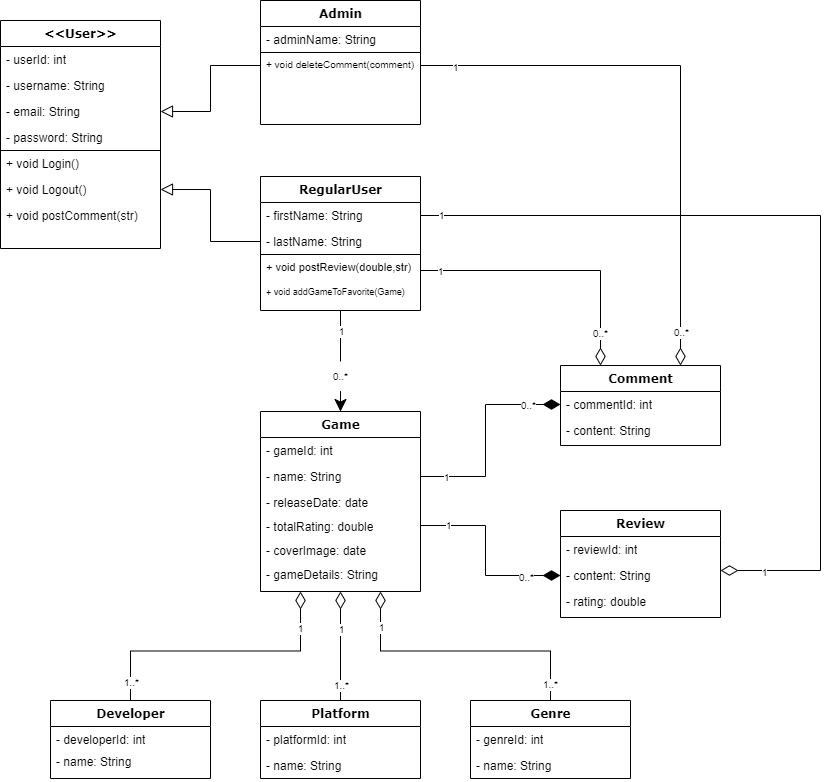
drincianudaniel/GameZone keeps this draw.io diagram as 2.oopfundamentals/GameZone_classdiagram.drawio.png. Above is the earlier version. Source tidied: cells renumbered, new cells last; positions are measured from the earlier drawing's top-left corner, leaving out a move shared by most shapes.
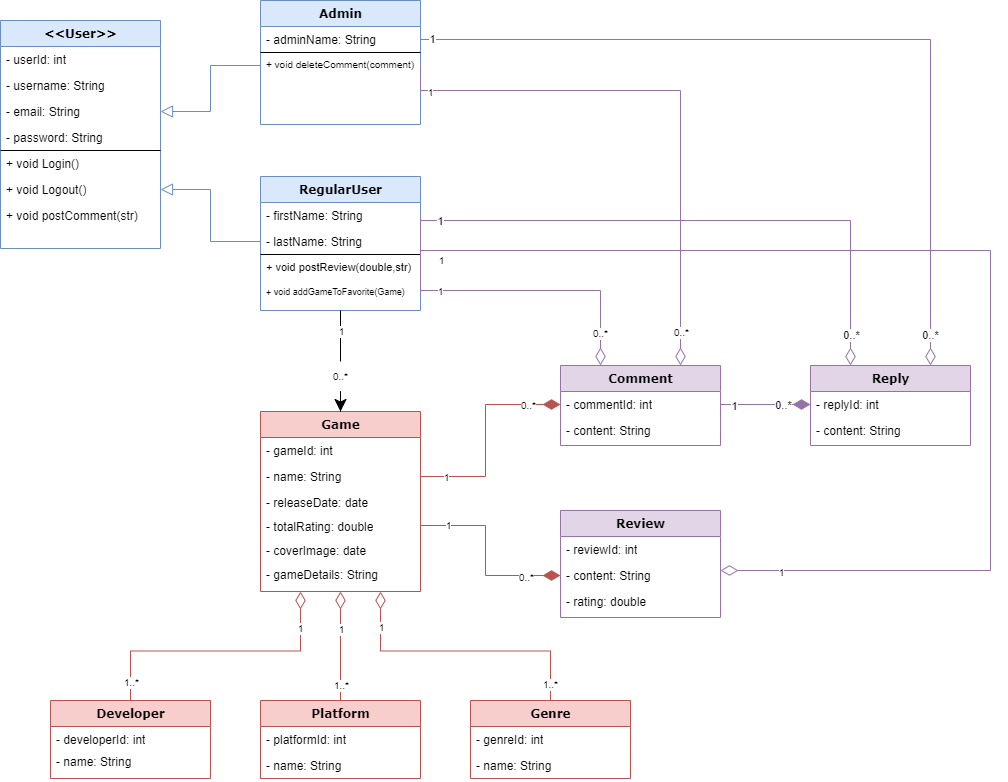
The same diagram one commit later.

The edit, as a diff of the source:
```diff
@@ -4,3 +4,3 @@
     <mxCell id="1" parent="0" />
-    <mxCell id="2" value="&amp;lt;&amp;lt;User&amp;gt;&amp;gt;" style="swimlane;html=1;fontStyle=1;align=center;verticalAlign=top;horizontal=1;startSize=26;swimlaneFillColor=#ffffff;rounded=0;shadow=0;comic=0;labelBackgroundColor=none;strokeWidth=1;fillColor=none;fontFamily=Verdana;fontSize=12;" parent="1" vertex="1">
+    <mxCell id="2" value="&amp;lt;&amp;lt;User&amp;gt;&amp;gt;" style="swimlane;html=1;fontStyle=1;align=center;verticalAlign=top;horizontal=1;startSize=26;swimlaneFillColor=#ffffff;rounded=0;shadow=0;comic=0;labelBackgroundColor=none;strokeWidth=1;fillColor=#dae8fc;fontFamily=Verdana;fontSize=12;strokeColor=#6c8ebf;" parent="1" vertex="1">
       <mxGeometry y="20" width="160" height="228" as="geometry" />
@@ -34,3 +34,3 @@
     </mxCell>
-    <mxCell id="11" value="Game" style="swimlane;html=1;fontStyle=1;align=center;verticalAlign=top;horizontal=1;startSize=26;swimlaneFillColor=#ffffff;rounded=0;shadow=0;comic=0;labelBackgroundColor=none;strokeWidth=1;fillColor=none;fontFamily=Verdana;fontSize=12;" parent="1" vertex="1">
+    <mxCell id="11" value="Game" style="swimlane;html=1;fontStyle=1;align=center;verticalAlign=top;horizontal=1;startSize=26;swimlaneFillColor=#ffffff;rounded=0;shadow=0;comic=0;labelBackgroundColor=none;strokeWidth=1;fillColor=#f8cecc;fontFamily=Verdana;fontSize=12;strokeColor=#b85450;" parent="1" vertex="1">
       <mxGeometry x="260" y="411" width="160" height="180" as="geometry" />
@@ -55,3 +55,3 @@
     </mxCell>
-    <mxCell id="18" value="Review" style="swimlane;html=1;fontStyle=1;align=center;verticalAlign=top;horizontal=1;startSize=26;swimlaneFillColor=#ffffff;rounded=0;shadow=0;comic=0;labelBackgroundColor=none;strokeWidth=1;fillColor=none;fontFamily=Verdana;fontSize=12;" parent="1" vertex="1">
+    <mxCell id="18" value="Review" style="swimlane;html=1;fontStyle=1;align=center;verticalAlign=top;horizontal=1;startSize=26;swimlaneFillColor=#ffffff;rounded=0;shadow=0;comic=0;labelBackgroundColor=none;strokeWidth=1;fillColor=#e1d5e7;fontFamily=Verdana;fontSize=12;strokeColor=#9673a6;" parent="1" vertex="1">
       <mxGeometry x="560" y="510" width="160" height="107" as="geometry" />
@@ -67,3 +67,3 @@
     </mxCell>
-    <mxCell id="22" style="edgeStyle=orthogonalEdgeStyle;rounded=0;jettySize=auto;html=1;exitX=0.5;exitY=0;exitDx=0;exitDy=0;entryX=0.25;entryY=1;entryDx=0;entryDy=0;fontSize=10;endArrow=diamondThin;endFill=0;endSize=15;" parent="1" edge="1" source="25" target="11">
+    <mxCell id="22" style="edgeStyle=orthogonalEdgeStyle;rounded=0;jettySize=auto;html=1;exitX=0.5;exitY=0;exitDx=0;exitDy=0;entryX=0.25;entryY=1;entryDx=0;entryDy=0;fontSize=10;endArrow=diamondThin;endFill=0;endSize=15;fillColor=#f8cecc;strokeColor=#b85450;" parent="1" edge="1" source="25" target="11">
       <mxGeometry relative="1" as="geometry" />
@@ -76,3 +76,3 @@
     </mxCell>
-    <mxCell id="25" value="Developer" style="swimlane;html=1;fontStyle=1;align=center;verticalAlign=top;horizontal=1;startSize=26;swimlaneFillColor=#ffffff;rounded=0;shadow=0;comic=0;labelBackgroundColor=none;strokeWidth=1;fillColor=none;fontFamily=Verdana;fontSize=12;" parent="1" vertex="1">
+    <mxCell id="25" value="Developer" style="swimlane;html=1;fontStyle=1;align=center;verticalAlign=top;horizontal=1;startSize=26;swimlaneFillColor=#ffffff;rounded=0;shadow=0;comic=0;labelBackgroundColor=none;strokeWidth=1;fillColor=#f8cecc;fontFamily=Verdana;fontSize=12;strokeColor=#b85450;" parent="1" vertex="1">
       <mxGeometry x="50" y="700" width="160" height="78" as="geometry" />
@@ -85,3 +85,3 @@
     </mxCell>
-    <mxCell id="28" style="edgeStyle=orthogonalEdgeStyle;rounded=0;jettySize=auto;html=1;exitX=0.5;exitY=0;exitDx=0;exitDy=0;entryX=0.75;entryY=1;entryDx=0;entryDy=0;fontSize=10;endArrow=diamondThin;endFill=0;endSize=15;" parent="1" edge="1" source="31" target="11">
+    <mxCell id="28" style="edgeStyle=orthogonalEdgeStyle;rounded=0;jettySize=auto;html=1;exitX=0.5;exitY=0;exitDx=0;exitDy=0;entryX=0.75;entryY=1;entryDx=0;entryDy=0;fontSize=10;endArrow=diamondThin;endFill=0;endSize=15;fillColor=#f8cecc;strokeColor=#b85450;" parent="1" edge="1" source="31" target="11">
       <mxGeometry relative="1" as="geometry" />
@@ -94,3 +94,3 @@
     </mxCell>
-    <mxCell id="31" value="Genre" style="swimlane;html=1;fontStyle=1;align=center;verticalAlign=top;horizontal=1;startSize=26;swimlaneFillColor=#ffffff;rounded=0;shadow=0;comic=0;labelBackgroundColor=none;strokeWidth=1;fillColor=none;fontFamily=Verdana;fontSize=12;" parent="1" vertex="1">
+    <mxCell id="31" value="Genre" style="swimlane;html=1;fontStyle=1;align=center;verticalAlign=top;horizontal=1;startSize=26;swimlaneFillColor=#ffffff;rounded=0;shadow=0;comic=0;labelBackgroundColor=none;strokeWidth=1;fillColor=#f8cecc;fontFamily=Verdana;fontSize=12;strokeColor=#b85450;" parent="1" vertex="1">
       <mxGeometry x="470" y="700" width="160" height="78" as="geometry" />
@@ -103,3 +103,3 @@
     </mxCell>
-    <mxCell id="34" style="edgeStyle=orthogonalEdgeStyle;rounded=0;jettySize=auto;html=1;exitX=0.5;exitY=0;exitDx=0;exitDy=0;entryX=0.5;entryY=1;entryDx=0;entryDy=0;fontSize=10;endArrow=diamondThin;endFill=0;endSize=15;" parent="1" edge="1" source="37" target="11">
+    <mxCell id="34" style="edgeStyle=orthogonalEdgeStyle;rounded=0;jettySize=auto;html=1;exitX=0.5;exitY=0;exitDx=0;exitDy=0;entryX=0.5;entryY=1;entryDx=0;entryDy=0;fontSize=10;endArrow=diamondThin;endFill=0;endSize=15;fillColor=#f8cecc;strokeColor=#b85450;" parent="1" edge="1" source="37" target="11">
       <mxGeometry relative="1" as="geometry" />
@@ -112,3 +112,3 @@
     </mxCell>
-    <mxCell id="37" value="Platform" style="swimlane;html=1;fontStyle=1;align=center;verticalAlign=top;horizontal=1;startSize=26;swimlaneFillColor=#ffffff;rounded=0;shadow=0;comic=0;labelBackgroundColor=none;strokeWidth=1;fillColor=none;fontFamily=Verdana;fontSize=12;" parent="1" vertex="1">
+    <mxCell id="37" value="Platform" style="swimlane;html=1;fontStyle=1;align=center;verticalAlign=top;horizontal=1;startSize=26;swimlaneFillColor=#ffffff;rounded=0;shadow=0;comic=0;labelBackgroundColor=none;strokeWidth=1;fillColor=#f8cecc;fontFamily=Verdana;fontSize=12;strokeColor=#b85450;" parent="1" vertex="1">
       <mxGeometry x="260" y="700" width="160" height="78" as="geometry" />
@@ -121,3 +121,3 @@
     </mxCell>
-    <mxCell id="40" value="Comment" style="swimlane;html=1;fontStyle=1;align=center;verticalAlign=top;horizontal=1;startSize=26;swimlaneFillColor=#ffffff;rounded=0;shadow=0;comic=0;labelBackgroundColor=none;strokeWidth=1;fillColor=none;fontFamily=Verdana;fontSize=12;" parent="1" vertex="1">
+    <mxCell id="40" value="Comment" style="swimlane;html=1;fontStyle=1;align=center;verticalAlign=top;horizontal=1;startSize=26;swimlaneFillColor=#ffffff;rounded=0;shadow=0;comic=0;labelBackgroundColor=none;strokeWidth=1;fillColor=#e1d5e7;fontFamily=Verdana;fontSize=12;strokeColor=#9673a6;" parent="1" vertex="1">
       <mxGeometry x="560" y="365" width="160" height="80" as="geometry" />
@@ -133,3 +133,3 @@
     </mxCell>
-    <mxCell id="44" value="RegularUser" style="swimlane;html=1;fontStyle=1;align=center;verticalAlign=top;horizontal=1;startSize=26;swimlaneFillColor=#ffffff;rounded=0;shadow=0;comic=0;labelBackgroundColor=none;strokeWidth=1;fillColor=none;fontFamily=Verdana;fontSize=12;" parent="1" vertex="1">
+    <mxCell id="44" value="RegularUser" style="swimlane;html=1;fontStyle=1;align=center;verticalAlign=top;horizontal=1;startSize=26;swimlaneFillColor=#ffffff;rounded=0;shadow=0;comic=0;labelBackgroundColor=none;strokeWidth=1;fillColor=#dae8fc;fontFamily=Verdana;fontSize=12;strokeColor=#6c8ebf;" parent="1" vertex="1">
       <mxGeometry x="260" y="176" width="160" height="134" as="geometry" />
@@ -154,3 +154,3 @@
     </mxCell>
-    <mxCell id="50" value="Admin" style="swimlane;html=1;fontStyle=1;align=center;verticalAlign=top;horizontal=1;startSize=26;swimlaneFillColor=#ffffff;rounded=0;shadow=0;comic=0;labelBackgroundColor=none;strokeWidth=1;fillColor=none;fontFamily=Verdana;fontSize=12;" parent="1" vertex="1">
+    <mxCell id="50" value="Admin" style="swimlane;html=1;fontStyle=1;align=center;verticalAlign=top;horizontal=1;startSize=26;swimlaneFillColor=#ffffff;rounded=0;shadow=0;comic=0;labelBackgroundColor=none;strokeWidth=1;fillColor=#dae8fc;fontFamily=Verdana;fontSize=12;strokeColor=#6c8ebf;" parent="1" vertex="1">
       <mxGeometry x="260" width="160" height="124" as="geometry" />
@@ -169,6 +169,6 @@
     </mxCell>
-    <mxCell id="54" style="edgeStyle=orthogonalEdgeStyle;rounded=0;jettySize=auto;html=1;exitX=0;exitY=0.5;exitDx=0;exitDy=0;entryX=1;entryY=0.5;entryDx=0;entryDy=0;fontSize=10;endArrow=block;endFill=0;endSize=10;" parent="1" edge="1" source="53" target="5">
+    <mxCell id="54" style="edgeStyle=orthogonalEdgeStyle;rounded=0;jettySize=auto;html=1;exitX=0;exitY=0.5;exitDx=0;exitDy=0;entryX=1;entryY=0.5;entryDx=0;entryDy=0;fontSize=10;endArrow=block;endFill=0;endSize=10;fillColor=#dae8fc;strokeColor=#6c8ebf;" parent="1" edge="1" source="53" target="5">
       <mxGeometry relative="1" as="geometry" />
     </mxCell>
-    <mxCell id="55" style="edgeStyle=orthogonalEdgeStyle;rounded=0;jettySize=auto;html=1;exitX=0;exitY=0.5;exitDx=0;exitDy=0;entryX=1;entryY=0.5;entryDx=0;entryDy=0;fontSize=10;endArrow=block;endFill=0;endSize=10;" parent="1" edge="1" source="46" target="9">
+    <mxCell id="55" style="edgeStyle=orthogonalEdgeStyle;rounded=0;jettySize=auto;html=1;exitX=0;exitY=0.5;exitDx=0;exitDy=0;entryX=1;entryY=0.5;entryDx=0;entryDy=0;fontSize=10;endArrow=block;endFill=0;endSize=10;fillColor=#dae8fc;strokeColor=#6c8ebf;" parent="1" edge="1" source="46" target="9">
       <mxGeometry relative="1" as="geometry" />
@@ -190,7 +190,7 @@
     </mxCell>
-    <mxCell id="59" style="edgeStyle=orthogonalEdgeStyle;rounded=0;jettySize=auto;html=1;exitX=1;exitY=0.5;exitDx=0;exitDy=0;entryX=0.25;entryY=0;entryDx=0;entryDy=0;fontSize=10;endArrow=diamondThin;endFill=0;endSize=15;" parent="1" edge="1" source="46" target="40">
+    <mxCell id="59" style="edgeStyle=orthogonalEdgeStyle;rounded=0;jettySize=auto;html=1;exitX=1;exitY=0.5;exitDx=0;exitDy=0;entryX=0.25;entryY=0;entryDx=0;entryDy=0;fontSize=10;endArrow=diamondThin;endFill=0;endSize=15;fillColor=#e1d5e7;strokeColor=#9673a6;" parent="1" edge="1" source="46" target="40">
       <mxGeometry relative="1" as="geometry">
         <Array as="points">
-          <mxPoint x="420" y="270" />
-          <mxPoint x="600" y="270" />
+          <mxPoint x="420" y="290" />
+          <mxPoint x="600" y="290" />
         </Array>
@@ -200,3 +200,3 @@
       <mxGeometry x="-0.87" relative="1" as="geometry">
-        <mxPoint x="19" y="9" as="offset" />
+        <mxPoint x="19" y="29" as="offset" />
       </mxGeometry>
@@ -206,4 +206,9 @@
     </mxCell>
-    <mxCell id="62" style="edgeStyle=orthogonalEdgeStyle;rounded=0;jettySize=auto;html=1;exitX=1;exitY=0.5;exitDx=0;exitDy=0;entryX=0.75;entryY=0;entryDx=0;entryDy=0;fontSize=10;endArrow=diamondThin;endFill=0;endSize=15;" parent="1" edge="1" source="53" target="40">
-      <mxGeometry relative="1" as="geometry" />
+    <mxCell id="62" style="edgeStyle=orthogonalEdgeStyle;rounded=0;jettySize=auto;html=1;exitX=1;exitY=0.5;exitDx=0;exitDy=0;entryX=0.75;entryY=0;entryDx=0;entryDy=0;fontSize=10;endArrow=diamondThin;endFill=0;endSize=15;fillColor=#e1d5e7;strokeColor=#9673a6;" parent="1" edge="1" source="53" target="40">
+      <mxGeometry relative="1" as="geometry">
+        <Array as="points">
+          <mxPoint x="420" y="90" />
+          <mxPoint x="680" y="90" />
+        </Array>
+      </mxGeometry>
     </mxCell>
@@ -215,3 +220,3 @@
     </mxCell>
-    <mxCell id="65" style="edgeStyle=orthogonalEdgeStyle;rounded=0;jettySize=auto;html=1;exitX=1;exitY=0.5;exitDx=0;exitDy=0;entryX=0;entryY=0.5;entryDx=0;entryDy=0;fontSize=10;endArrow=diamondThin;endFill=1;endSize=15;" parent="1" edge="1" source="13" target="41">
+    <mxCell id="65" style="edgeStyle=orthogonalEdgeStyle;rounded=0;jettySize=auto;html=1;exitX=1;exitY=0.5;exitDx=0;exitDy=0;entryX=0;entryY=0.5;entryDx=0;entryDy=0;fontSize=10;endArrow=diamondThin;endFill=1;endSize=15;fillColor=#f8cecc;strokeColor=#b85450;" parent="1" edge="1" source="13" target="41">
       <mxGeometry relative="1" as="geometry" />
@@ -224,3 +229,3 @@
     </mxCell>
-    <mxCell id="68" style="edgeStyle=orthogonalEdgeStyle;rounded=0;jettySize=auto;html=1;exitX=1;exitY=0.5;exitDx=0;exitDy=0;entryX=0;entryY=0.5;entryDx=0;entryDy=0;fontSize=10;endArrow=diamondThin;endFill=1;endSize=15;" parent="1" edge="1" source="15" target="20">
+    <mxCell id="68" style="edgeStyle=orthogonalEdgeStyle;rounded=0;jettySize=auto;html=1;exitX=1;exitY=0.5;exitDx=0;exitDy=0;entryX=0;entryY=0.5;entryDx=0;entryDy=0;fontSize=10;endArrow=diamondThin;endFill=1;endSize=15;fillColor=#f8cecc;strokeColor=#b85450;" parent="1" edge="1" source="15" target="20">
       <mxGeometry relative="1" as="geometry" />
@@ -233,3 +238,3 @@
     </mxCell>
-    <mxCell id="71" style="edgeStyle=orthogonalEdgeStyle;rounded=0;jettySize=auto;html=1;exitX=1;exitY=0.5;exitDx=0;exitDy=0;fontSize=10;endArrow=diamondThin;endFill=0;endSize=15;" parent="1" edge="1" source="45">
+    <mxCell id="71" style="edgeStyle=orthogonalEdgeStyle;rounded=0;jettySize=auto;html=1;exitX=1;exitY=0.5;exitDx=0;exitDy=0;fontSize=10;endArrow=diamondThin;endFill=0;endSize=15;fillColor=#e1d5e7;strokeColor=#9673a6;" parent="1" edge="1" source="45">
       <mxGeometry relative="1" as="geometry">
@@ -237,5 +242,5 @@
         <Array as="points">
-          <mxPoint x="820" y="215" />
-          <mxPoint x="820" y="570" />
-          <mxPoint x="720" y="570" />
+          <mxPoint x="420" y="250" />
+          <mxPoint x="990" y="250" />
+          <mxPoint x="990" y="570" />
         </Array>
@@ -244,3 +249,5 @@
     <mxCell id="72" value="1" style="edgeLabel;html=1;align=center;verticalAlign=middle;fontSize=10;" parent="71" vertex="1">
-      <mxGeometry x="-0.95" y="1" relative="1" as="geometry" />
+      <mxGeometry x="-0.95" y="1" relative="1" as="geometry">
+        <mxPoint x="19" y="17" as="offset" />
+      </mxGeometry>
     </mxCell>
@@ -249,2 +256,44 @@
     </mxCell>
+    <mxCell id="74" value="Reply" style="swimlane;html=1;fontStyle=1;align=center;verticalAlign=top;horizontal=1;startSize=26;swimlaneFillColor=#ffffff;rounded=0;shadow=0;comic=0;labelBackgroundColor=none;strokeWidth=1;fillColor=#e1d5e7;fontFamily=Verdana;fontSize=12;strokeColor=#9673a6;" parent="1" vertex="1">
+      <mxGeometry x="810" y="365" width="160" height="80" as="geometry" />
+    </mxCell>
+    <mxCell id="75" value="- replyId: int" style="text;html=1;strokeColor=none;fillColor=none;align=left;verticalAlign=top;spacingLeft=4;spacingRight=4;whiteSpace=wrap;overflow=hidden;points=[[0,0.5],[1,0.5]];portConstraint=eastwest;" parent="74" vertex="1">
+      <mxGeometry y="26" width="160" height="26" as="geometry" />
+    </mxCell>
+    <mxCell id="76" value="- content: String" style="text;html=1;strokeColor=none;fillColor=none;align=left;verticalAlign=top;spacingLeft=4;spacingRight=4;whiteSpace=wrap;overflow=hidden;" parent="74" vertex="1">
+      <mxGeometry y="52" width="160" height="26" as="geometry" />
+    </mxCell>
+    <mxCell id="77" style="edgeStyle=orthogonalEdgeStyle;rounded=0;jettySize=auto;html=1;exitX=1;exitY=0.5;exitDx=0;exitDy=0;entryX=0;entryY=0.5;entryDx=0;entryDy=0;endArrow=diamondThin;endFill=1;endSize=15;fillColor=#e1d5e7;strokeColor=#9673a6;" parent="1" edge="1" source="41" target="75">
+      <mxGeometry relative="1" as="geometry" />
+    </mxCell>
+    <mxCell id="78" value="1" style="edgeLabel;html=1;align=center;verticalAlign=middle;" parent="77" vertex="1">
+      <mxGeometry x="-0.71" y="-1" relative="1" as="geometry" />
+    </mxCell>
+    <mxCell id="79" value="0..*" style="edgeLabel;html=1;align=center;verticalAlign=middle;" parent="77" vertex="1">
+      <mxGeometry x="0.37" relative="1" as="geometry" />
+    </mxCell>
+    <mxCell id="80" style="edgeStyle=orthogonalEdgeStyle;rounded=0;jettySize=auto;html=1;entryX=0.25;entryY=0;entryDx=0;entryDy=0;endArrow=diamondThin;endFill=0;endSize=15;fillColor=#e1d5e7;strokeColor=#9673a6;" parent="1" edge="1" target="74">
+      <mxGeometry relative="1" as="geometry">
+        <mxPoint x="420" y="220" as="sourcePoint" />
+        <Array as="points">
+          <mxPoint x="420" y="220" />
+          <mxPoint x="850" y="220" />
+        </Array>
+      </mxGeometry>
+    </mxCell>
+    <mxCell id="81" value="1" style="edgeLabel;html=1;align=center;verticalAlign=middle;" parent="80" vertex="1">
+      <mxGeometry x="-0.93" relative="1" as="geometry" />
+    </mxCell>
+    <mxCell id="82" value="0..*" style="edgeLabel;html=1;align=center;verticalAlign=middle;" parent="80" vertex="1">
+      <mxGeometry x="0.89" relative="1" as="geometry" />
+    </mxCell>
+    <mxCell id="83" style="edgeStyle=orthogonalEdgeStyle;rounded=0;jettySize=auto;html=1;entryX=0.75;entryY=0;entryDx=0;entryDy=0;endArrow=diamondThin;endFill=0;endSize=15;fillColor=#e1d5e7;strokeColor=#9673a6;" parent="1" edge="1" source="51" target="74">
+      <mxGeometry relative="1" as="geometry" />
+    </mxCell>
+    <mxCell id="84" value="1" style="edgeLabel;html=1;align=center;verticalAlign=middle;" parent="83" vertex="1">
+      <mxGeometry x="-0.97" y="1" relative="1" as="geometry" />
+    </mxCell>
+    <mxCell id="85" value="0..*" style="edgeLabel;html=1;align=center;verticalAlign=middle;" parent="83" vertex="1">
+      <mxGeometry x="0.93" y="-1" relative="1" as="geometry" />
+    </mxCell>
   </root>
```
